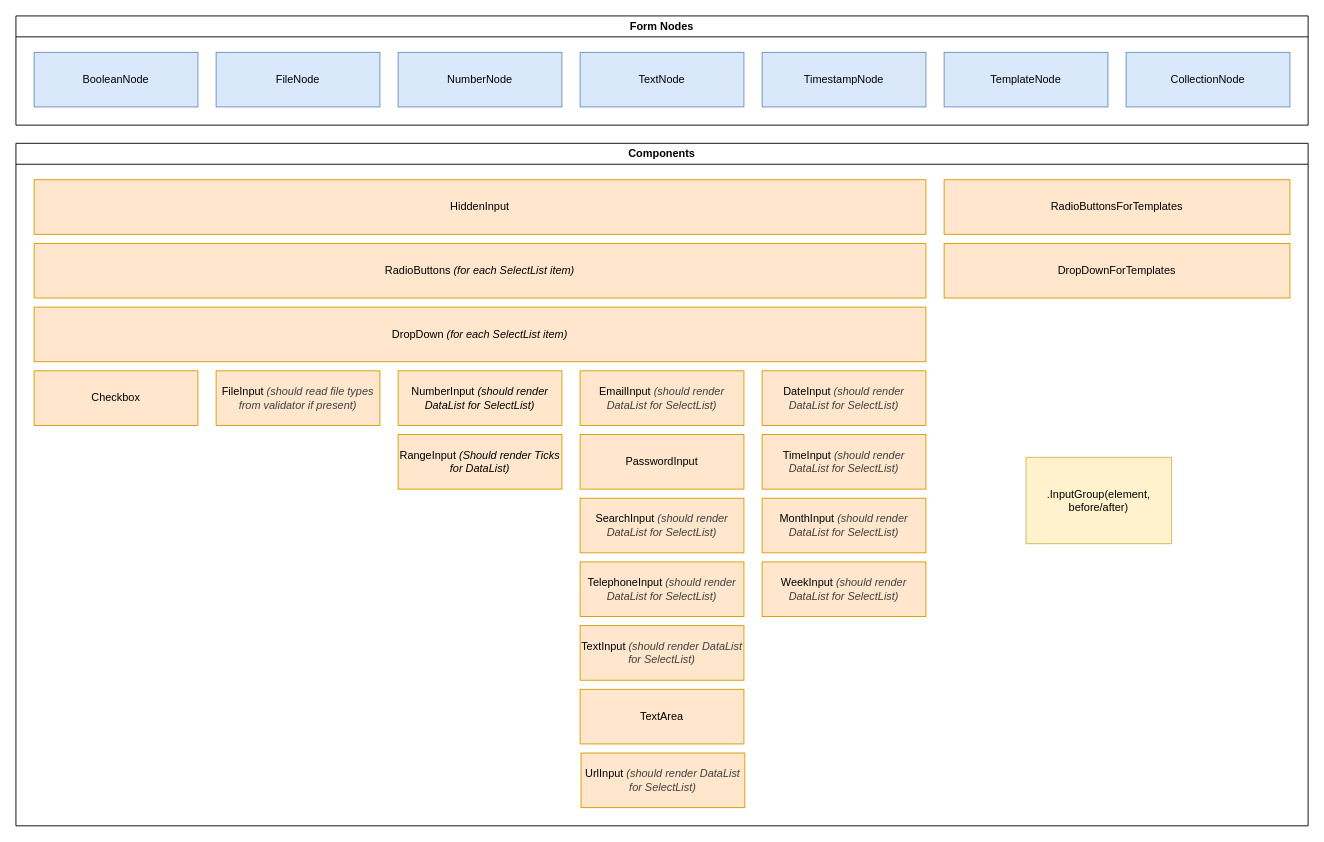
The draw.io diagram doc/forms-concept/ui_components.drawio in RGXStorm281/common, before the edit. Source tidied: cells renumbered, new cells numbered last; positions are measured from the earlier drawing's top-left corner, leaving out a move shared by most shapes. Both pictures are drawn from the tidied source at 91%, with x=0, y=0 at pixel (15, 15).
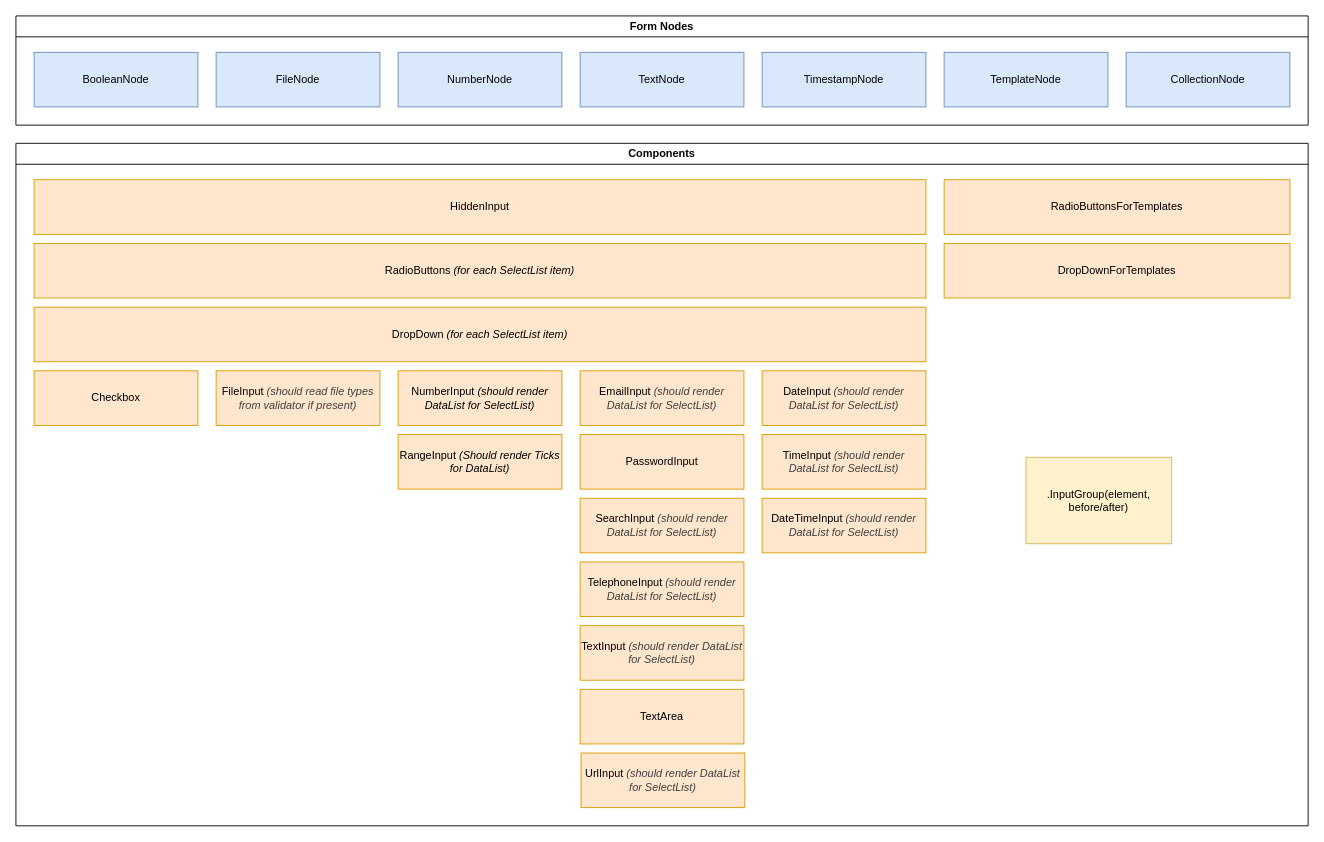
The same page after the edit.

The change refers to these unchanged cells:
```xml
<mxCell id="10" value="Components" style="swimlane;whiteSpace=wrap;html=1;" parent="1" vertex="1">
  <mxGeometry y="140" width="1420" height="750" as="geometry" />
</mxCell>
```

The edit, as a diff of the source:
```diff
@@
-    <mxCell id="17" value="MonthInput&amp;nbsp;&lt;i style=&quot;color: rgb(63, 63, 63); scrollbar-color: rgb(226, 226, 226) rgb(251, 251, 251);&quot;&gt;(should render DataList for SelectList)&lt;/i&gt;" style="rounded=0;whiteSpace=wrap;html=1;strokeColor=#d79b00;align=center;verticalAlign=middle;fontFamily=Helvetica;fontSize=12;fontColor=default;fillColor=#ffe6cc;" parent="10" vertex="1">
-      <mxGeometry x="820" y="390" width="180" height="60" as="geometry" />
-    </mxCell>
@@
-    <mxCell id="28" value="WeekInput&amp;nbsp;&lt;i style=&quot;color: rgb(63, 63, 63); scrollbar-color: rgb(226, 226, 226) rgb(251, 251, 251);&quot;&gt;(should render DataList for SelectList)&lt;/i&gt;" style="rounded=0;whiteSpace=wrap;html=1;strokeColor=#d79b00;align=center;verticalAlign=middle;fontFamily=Helvetica;fontSize=12;fontColor=default;fillColor=#ffe6cc;" parent="10" vertex="1">
-      <mxGeometry x="820" y="460" width="180" height="60" as="geometry" />
+    <mxCell id="28" value="DateTimeInput&amp;nbsp;&lt;i style=&quot;color: rgb(63, 63, 63); scrollbar-color: rgb(226, 226, 226) rgb(251, 251, 251);&quot;&gt;(should render DataList for SelectList)&lt;/i&gt;" style="rounded=0;whiteSpace=wrap;html=1;strokeColor=#d79b00;align=center;verticalAlign=middle;fontFamily=Helvetica;fontSize=12;fontColor=default;fillColor=#ffe6cc;" parent="10" vertex="1">
+      <mxGeometry x="820" y="390" width="180" height="60" as="geometry" />
     </mxCell>
```
